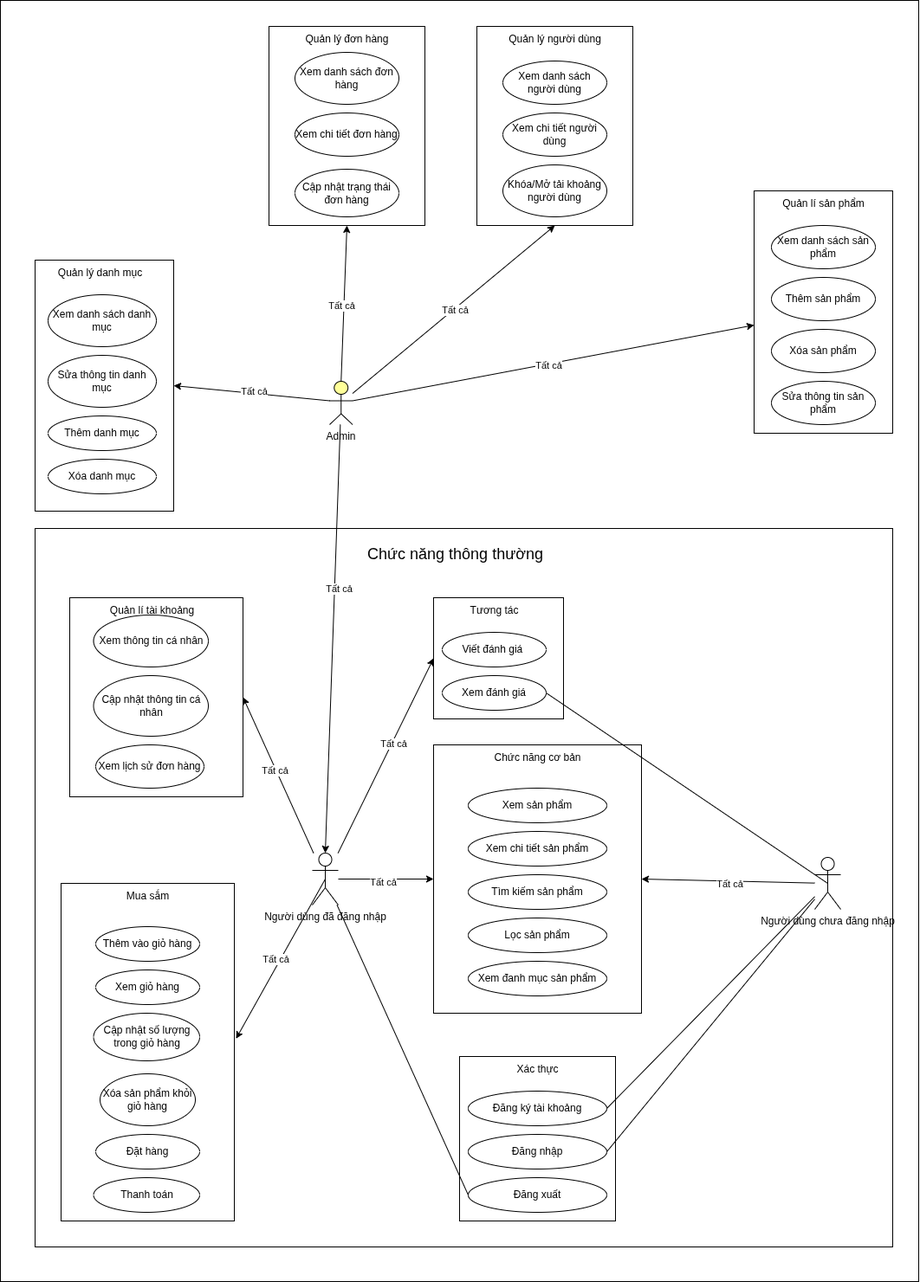
HaoNgo232/laptop-shop keeps this draw.io diagram as Diagram/usecase tổng quan.drawio.png. Above is the earlier version. Source tidied: cells renumbered, new cells last; positions are measured from the earlier drawing's top-left corner, leaving out a move shared by most shapes.
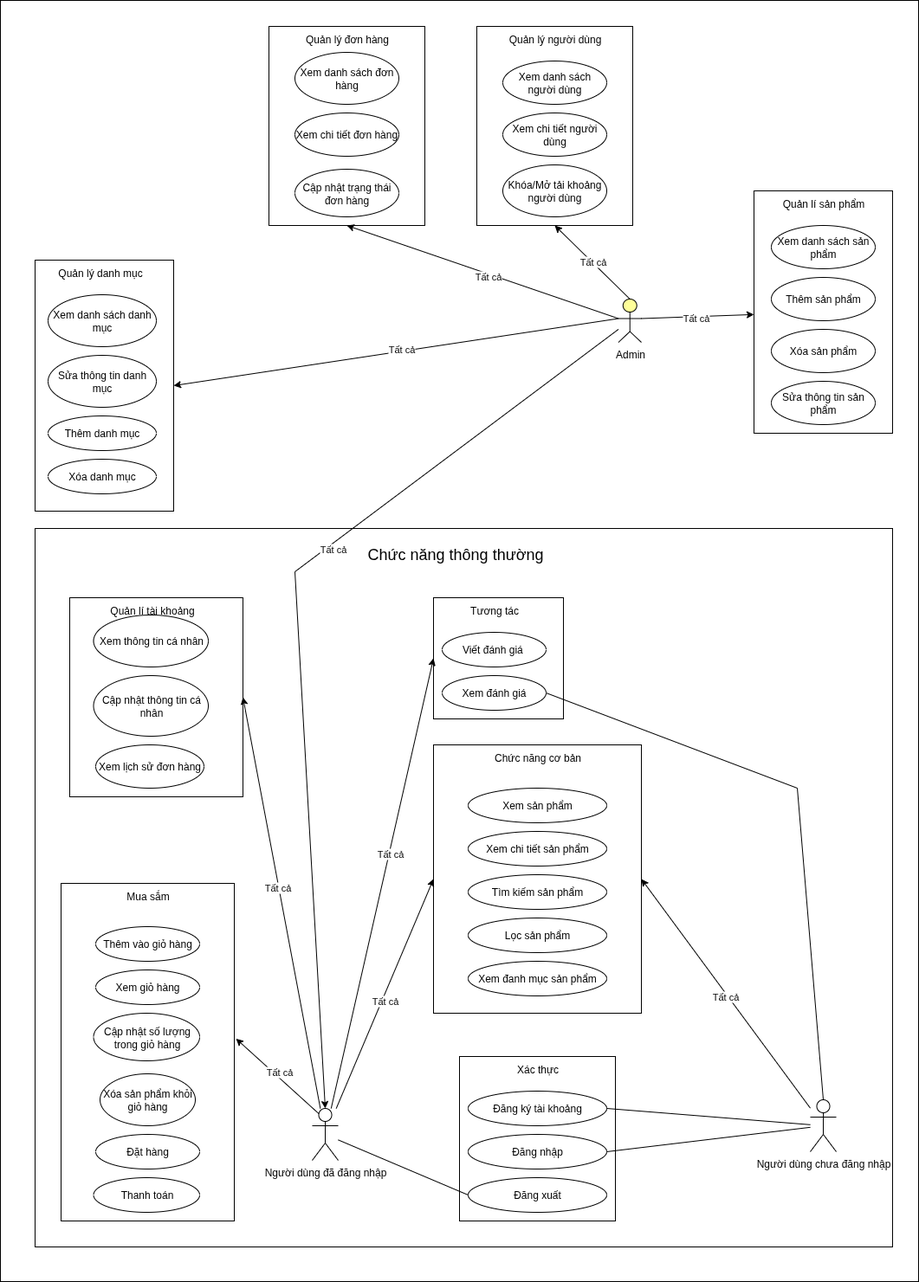
The same diagram one commit later.

Change to the diagram source:
```diff
@@ -36,7 +36,7 @@
       <mxGeometry x="500" y="860" width="240" height="310" as="geometry" />
     </mxCell>
     <mxCell id="13" value="Người dùng chưa đăng nhập" style="shape=umlActor;verticalLabelPosition=bottom;verticalAlign=top;html=1;outlineConnect=0;" parent="1" vertex="1">
-      <mxGeometry x="940" y="990" width="30" height="60" as="geometry" />
+      <mxGeometry x="935" y="1270" width="30" height="60" as="geometry" />
     </mxCell>
     <mxCell id="14" value="Xem sản phẩm" style="ellipse;whiteSpace=wrap;html=1;" parent="1" vertex="1">
       <mxGeometry x="540" y="910" width="160" height="40" as="geometry" />
@@ -71,14 +71,19 @@
     <mxCell id="24" value="Tương tác" style="text;html=1;align=center;verticalAlign=middle;strokeColor=none;fillColor=none;" parent="1" vertex="1">
       <mxGeometry x="530" y="690" width="80" height="30" as="geometry" />
     </mxCell>
-    <mxCell id="25" style="endArrow=none;html=1;rounded=0;entryX=0.5;entryY=0.5;entryDx=0;entryDy=0;entryPerimeter=0;exitX=1;exitY=0.5;exitDx=0;exitDy=0;" parent="1" edge="1" source="23" target="13">
-      <mxGeometry relative="1" as="geometry" />
+    <mxCell id="25" style="endArrow=none;html=1;rounded=0;exitX=1;exitY=0.5;exitDx=0;exitDy=0;" parent="1" edge="1" source="23">
+      <mxGeometry relative="1" as="geometry">
+        <mxPoint x="950" y="1270" as="targetPoint" />
+        <Array as="points">
+          <mxPoint x="920" y="910" />
+        </Array>
+      </mxGeometry>
     </mxCell>
     <mxCell id="26" style="endArrow=none;html=1;rounded=0;exitX=1;exitY=0.5;exitDx=0;exitDy=0;" parent="1" edge="1" source="20" target="13">
       <mxGeometry relative="1" as="geometry" />
     </mxCell>
     <mxCell id="27" value="Người dùng đã đăng nhập" style="shape=umlActor;verticalLabelPosition=bottom;verticalAlign=top;html=1;outlineConnect=0;" parent="1" vertex="1">
-      <mxGeometry x="360" y="985" width="30" height="60" as="geometry" />
+      <mxGeometry x="360" y="1280" width="30" height="60" as="geometry" />
     </mxCell>
     <mxCell id="28" value="Đăng xuất" style="ellipse;whiteSpace=wrap;html=1;" parent="1" vertex="1">
       <mxGeometry x="540" y="1360" width="160" height="40" as="geometry" />
@@ -140,7 +145,7 @@
     <mxCell id="45" value="Mua sắm" style="text;html=1;align=center;verticalAlign=middle;strokeColor=none;fillColor=none;" parent="1" vertex="1">
       <mxGeometry x="135" y="1020" width="70" height="30" as="geometry" />
     </mxCell>
-    <mxCell id="46" style="endArrow=classic;html=1;rounded=0;entryX=1.01;entryY=0.46;entryDx=0;entryDy=0;entryPerimeter=0;exitX=0.5;exitY=0.5;exitDx=0;exitDy=0;exitPerimeter=0;" parent="1" edge="1" source="27" target="9">
+    <mxCell id="46" style="endArrow=classic;html=1;rounded=0;entryX=1.01;entryY=0.46;entryDx=0;entryDy=0;entryPerimeter=0;exitX=0.25;exitY=0.1;exitDx=0;exitDy=0;exitPerimeter=0;" parent="1" edge="1" source="27" target="9">
       <mxGeometry relative="1" as="geometry" />
     </mxCell>
     <mxCell id="47" value="Tất cả" style="edgeLabel;html=1;align=center;verticalAlign=middle;" parent="46" vertex="1">
@@ -168,10 +173,14 @@
       <mxGeometry x="410" y="620" width="230" height="40" as="geometry" />
     </mxCell>
     <mxCell id="55" value="Admin" style="html=1;outlineConnect=0;whiteSpace=wrap;fillColor=#ffff99;verticalLabelPosition=bottom;verticalAlign=top;align=center;shape=mxgraph.archimate3.actor;" parent="1" vertex="1">
-      <mxGeometry x="380" y="440" width="26.5" height="50" as="geometry" />
+      <mxGeometry x="713.5" y="345" width="26.5" height="50" as="geometry" />
     </mxCell>
     <mxCell id="56" style="endArrow=classic;html=1;rounded=0;entryX=0.5;entryY=0;entryDx=0;entryDy=0;entryPerimeter=0;" parent="1" edge="1" source="55" target="27">
-      <mxGeometry relative="1" as="geometry" />
+      <mxGeometry relative="1" as="geometry">
+        <Array as="points">
+          <mxPoint x="340" y="660" />
+        </Array>
+      </mxGeometry>
     </mxCell>
     <mxCell id="57" value="Tất cả" style="edgeLabel;html=1;align=center;verticalAlign=middle;" parent="56" vertex="1">
       <mxGeometry x="-0.23" y="5" relative="1" as="geometry" />
@@ -209,7 +218,7 @@
     <mxCell id="68" value="Quản lý người dùng" style="text;html=1;align=center;verticalAlign=middle;strokeColor=none;fillColor=none;" parent="1" vertex="1">
       <mxGeometry x="575" y="30" width="130" height="30" as="geometry" />
     </mxCell>
-    <mxCell id="69" style="endArrow=classic;html=1;rounded=0;entryX=0.5;entryY=1;entryDx=0;entryDy=0;" parent="1" edge="1" source="55" target="5">
+    <mxCell id="69" style="endArrow=classic;html=1;rounded=0;entryX=0.5;entryY=1;entryDx=0;entryDy=0;exitX=0.5;exitY=0;exitDx=0;exitDy=0;exitPerimeter=0;" parent="1" edge="1" source="55" target="5">
       <mxGeometry relative="1" as="geometry" />
     </mxCell>
     <mxCell id="70" value="Tất cả" style="edgeLabel;html=1;align=center;verticalAlign=middle;" parent="69" vertex="1">
@@ -227,7 +236,7 @@
     <mxCell id="74" value="Quản lý đơn hàng" style="text;html=1;align=center;verticalAlign=middle;strokeColor=none;fillColor=none;" parent="1" vertex="1">
       <mxGeometry x="340" y="30" width="120" height="30" as="geometry" />
     </mxCell>
-    <mxCell id="75" style="endArrow=classic;html=1;rounded=0;exitX=0.5;exitY=0;exitDx=0;exitDy=0;exitPerimeter=0;entryX=0.5;entryY=1;entryDx=0;entryDy=0;" parent="1" edge="1" source="55" target="4">
+    <mxCell id="75" style="endArrow=classic;html=1;rounded=0;entryX=0.5;entryY=1;entryDx=0;entryDy=0;exitX=0;exitY=0.45;exitDx=0;exitDy=0;exitPerimeter=0;" parent="1" edge="1" source="55" target="4">
       <mxGeometry relative="1" as="geometry" />
     </mxCell>
     <mxCell id="76" value="Tất cả" style="edgeLabel;html=1;align=center;verticalAlign=middle;" parent="75" vertex="1">
```
